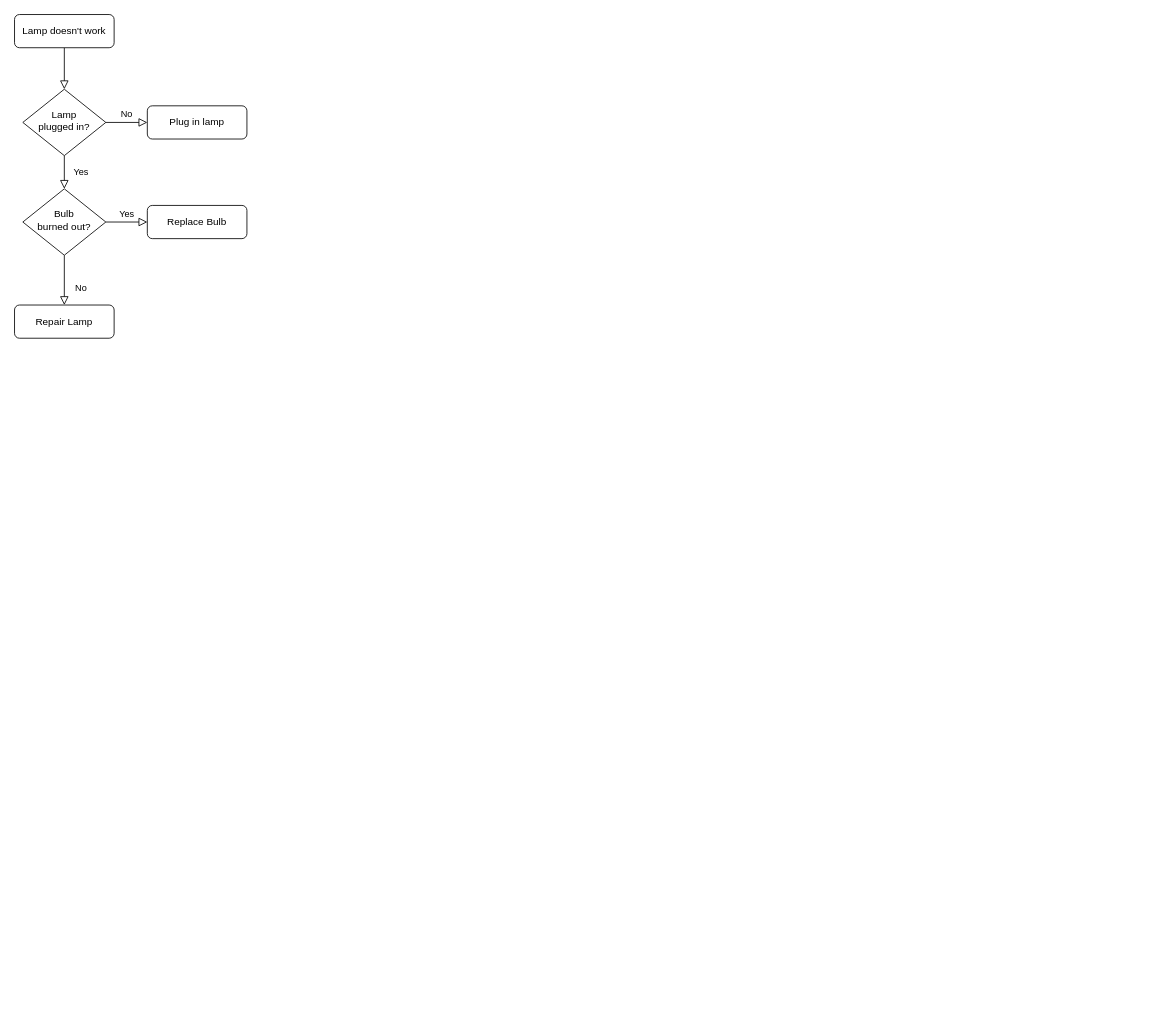
mutiii-star/Projek-OOP keeps this draw.io diagram as Untitled Diagram.drawio. Above is the earlier version. Source tidied: cells renumbered, new cells numbered last; positions are measured from the earlier drawing's top-left corner, leaving out a move shared by most shapes. Both pictures are drawn from the tidied source at 83%, with x=0, y=0 at pixel (14, 14).
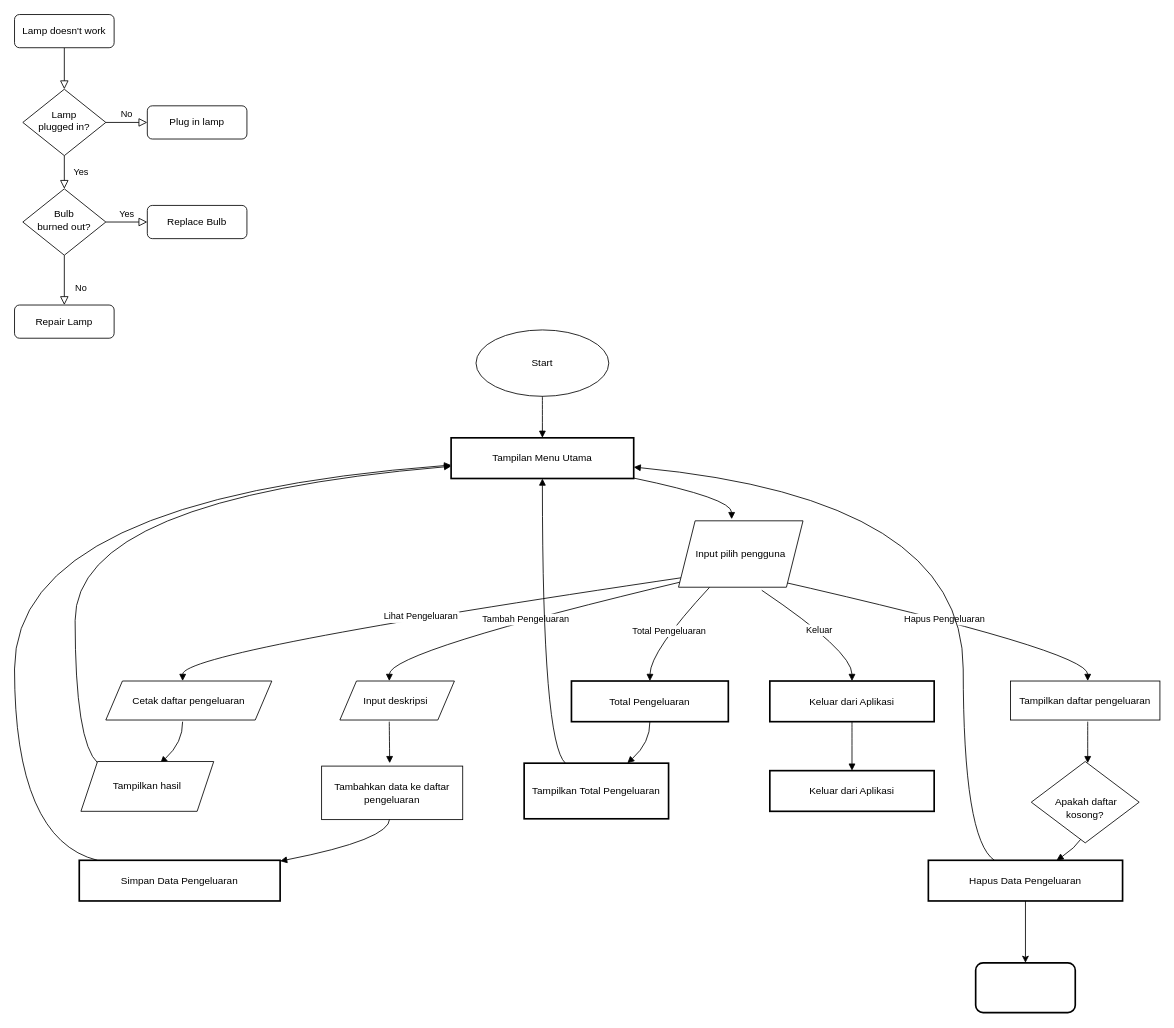
Above is the later version.

Change to the diagram source:
```diff
@@
+    <mxCell id="13" value="Tampilan Menu Utama" style="whiteSpace=wrap;strokeWidth=2;" parent="1" vertex="1">
+      <mxGeometry x="526" y="510" width="220" height="49" as="geometry" />
+    </mxCell>
+    <mxCell id="14" value="Total Pengeluaran" style="whiteSpace=wrap;strokeWidth=2;" parent="1" vertex="1">
+      <mxGeometry x="671" y="803" width="189" height="49" as="geometry" />
+    </mxCell>
+    <mxCell id="15" value="Keluar dari Aplikasi" style="whiteSpace=wrap;strokeWidth=2;" parent="1" vertex="1">
+      <mxGeometry x="910" y="803" width="198" height="49" as="geometry" />
+    </mxCell>
+    <mxCell id="16" value="Simpan Data Pengeluaran" style="whiteSpace=wrap;strokeWidth=2;" parent="1" vertex="1">
+      <mxGeometry x="78" y="1019" width="242" height="49" as="geometry" />
+    </mxCell>
+    <mxCell id="17" style="edgeStyle=orthogonalEdgeStyle;rounded=0;jettySize=auto;html=1;" parent="1" edge="1" source="18" target="47">
+      <mxGeometry relative="1" as="geometry" />
+    </mxCell>
+    <mxCell id="18" value="Hapus Data Pengeluaran" style="whiteSpace=wrap;strokeWidth=2;" parent="1" vertex="1">
+      <mxGeometry x="1101" y="1019" width="234" height="49" as="geometry" />
+    </mxCell>
+    <mxCell id="19" value="Tampilkan Total Pengeluaran" style="whiteSpace=wrap;strokeWidth=2;" parent="1" vertex="1">
+      <mxGeometry x="614" y="902" width="174" height="67" as="geometry" />
+    </mxCell>
+    <mxCell id="20" value="Keluar dari Aplikasi" style="whiteSpace=wrap;strokeWidth=2;" parent="1" vertex="1">
+      <mxGeometry x="910" y="911" width="198" height="49" as="geometry" />
+    </mxCell>
+    <mxCell id="21" style="curved=1;startArrow=none;endArrow=block;exitX=0.5;exitY=1;entryX=0.5;entryY=0;rounded=0;" parent="1" edge="1" target="13">
+      <mxGeometry relative="1" as="geometry">
+        <mxPoint x="636" y="459" as="sourcePoint" />
+      </mxGeometry>
+    </mxCell>
+    <mxCell id="22" style="curved=1;startArrow=none;endArrow=block;exitX=1;exitY=0.99;entryX=0.5;entryY=0;rounded=0;" parent="1" edge="1" source="13">
+      <mxGeometry relative="1" as="geometry">
+        <mxPoint x="864" y="608" as="targetPoint" />
+        <Array as="points">
+          <mxPoint x="864" y="583" />
+        </Array>
+      </mxGeometry>
+    </mxCell>
+    <mxCell id="23" value="Tambah Pengeluaran" style="curved=1;startArrow=none;endArrow=block;exitX=0;exitY=0.62;entryX=0.5;entryY=0.01;rounded=0;" parent="1" edge="1">
+      <mxGeometry relative="1" as="geometry">
+        <mxPoint x="814.8" y="680.8" as="sourcePoint" />
+        <mxPoint x="451.5" y="803" as="targetPoint" />
+        <Array as="points">
+          <mxPoint x="452" y="767" />
+        </Array>
+      </mxGeometry>
+    </mxCell>
+    <mxCell id="24" value="Lihat Pengeluaran" style="curved=1;startArrow=none;endArrow=block;exitX=0;exitY=0.58;entryX=0.5;entryY=0.01;rounded=0;" parent="1" edge="1">
+      <mxGeometry relative="1" as="geometry">
+        <mxPoint x="811.4" y="677.4" as="sourcePoint" />
+        <mxPoint x="202.5" y="803" as="targetPoint" />
+        <Array as="points">
+          <mxPoint x="203" y="767" />
+        </Array>
+      </mxGeometry>
+    </mxCell>
+    <mxCell id="25" value="Hapus Pengeluaran" style="curved=1;startArrow=none;endArrow=block;exitX=1;exitY=0.62;entryX=0.5;entryY=0.01;rounded=0;" parent="1" edge="1">
+      <mxGeometry relative="1" as="geometry">
+        <mxPoint x="913.2" y="680.8" as="sourcePoint" />
+        <mxPoint x="1293" y="803" as="targetPoint" />
+        <Array as="points">
+          <mxPoint x="1293" y="767" />
+        </Array>
+      </mxGeometry>
+    </mxCell>
+    <mxCell id="26" value="Total Pengeluaran" style="curved=1;startArrow=none;endArrow=block;exitX=0.25;exitY=1;entryX=0.5;entryY=0.01;rounded=0;exitDx=0;exitDy=0;" parent="1" edge="1" source="40" target="14">
+      <mxGeometry relative="1" as="geometry">
+        <Array as="points">
+          <mxPoint x="766" y="767" />
+        </Array>
+      </mxGeometry>
+    </mxCell>
+    <mxCell id="27" value="Keluar" style="curved=1;startArrow=none;endArrow=block;exitX=1;exitY=0.84;entryX=0.5;entryY=0.01;rounded=0;" parent="1" edge="1" target="15">
+      <mxGeometry relative="1" as="geometry">
+        <mxPoint x="900.3" y="693.7" as="sourcePoint" />
+        <Array as="points">
+          <mxPoint x="1009" y="767" />
+        </Array>
+      </mxGeometry>
+    </mxCell>
+    <mxCell id="28" style="curved=1;startArrow=none;endArrow=block;exitX=0.5;exitY=1.01;entryX=0.5;entryY=0.01;rounded=0;" parent="1" edge="1">
+      <mxGeometry relative="1" as="geometry">
+        <mxPoint x="451.5" y="852" as="sourcePoint" />
+        <mxPoint x="452" y="902" as="targetPoint" />
+      </mxGeometry>
+    </mxCell>
+    <mxCell id="29" style="curved=1;startArrow=none;endArrow=block;exitX=0.5;exitY=1;entryX=1;entryY=0.02;rounded=0;" parent="1" edge="1" target="16">
+      <mxGeometry relative="1" as="geometry">
+        <mxPoint x="452" y="969" as="sourcePoint" />
+        <Array as="points">
+          <mxPoint x="452" y="994" />
+        </Array>
+      </mxGeometry>
+    </mxCell>
+    <mxCell id="30" style="curved=1;startArrow=none;endArrow=block;exitX=0.09;exitY=0;entryX=0;entryY=0.67;rounded=0;" parent="1" edge="1" source="16" target="13">
+      <mxGeometry relative="1" as="geometry">
+        <Array as="points">
+          <mxPoint y="994" />
+          <mxPoint y="583" />
+        </Array>
+      </mxGeometry>
+    </mxCell>
+    <mxCell id="31" style="curved=1;startArrow=none;endArrow=block;exitX=0.5;exitY=1.01;entryX=0.7;entryY=0.01;rounded=0;" parent="1" edge="1">
+      <mxGeometry relative="1" as="geometry">
+        <mxPoint x="202.5" y="852" as="sourcePoint" />
+        <mxPoint x="175.6" y="902" as="targetPoint" />
+        <Array as="points">
+          <mxPoint x="203" y="877" />
+        </Array>
+      </mxGeometry>
+    </mxCell>
+    <mxCell id="32" style="curved=1;startArrow=none;endArrow=block;exitX=0.3;exitY=0.01;entryX=0;entryY=0.7;rounded=0;" parent="1" edge="1" target="13">
+      <mxGeometry relative="1" as="geometry">
+        <mxPoint x="100.4" y="902" as="sourcePoint" />
+        <Array as="points">
+          <mxPoint x="73" y="877" />
+          <mxPoint x="73" y="583" />
+        </Array>
+      </mxGeometry>
+    </mxCell>
+    <mxCell id="33" style="curved=1;startArrow=none;endArrow=block;exitX=0.5;exitY=1.01;entryX=0.5;entryY=0.01;rounded=0;" parent="1" edge="1">
+      <mxGeometry relative="1" as="geometry">
+        <mxPoint x="1293" y="852" as="sourcePoint" />
+        <mxPoint x="1293" y="902" as="targetPoint" />
+      </mxGeometry>
+    </mxCell>
+    <mxCell id="34" style="curved=1;startArrow=none;endArrow=block;exitX=0.5;exitY=1;entryX=0.66;entryY=0;rounded=0;" parent="1" edge="1" target="18">
+      <mxGeometry relative="1" as="geometry">
+        <mxPoint x="1293" y="969" as="sourcePoint" />
+        <Array as="points">
+          <mxPoint x="1293" y="994" />
+        </Array>
+      </mxGeometry>
+    </mxCell>
+    <mxCell id="35" style="curved=1;startArrow=none;endArrow=block;exitX=0.34;exitY=0;entryX=1;entryY=0.72;rounded=0;" parent="1" edge="1" source="18" target="13">
+      <mxGeometry relative="1" as="geometry">
+        <Array as="points">
+          <mxPoint x="1143" y="994" />
+          <mxPoint x="1143" y="583" />
+        </Array>
+      </mxGeometry>
+    </mxCell>
+    <mxCell id="36" style="curved=1;startArrow=none;endArrow=block;exitX=0.5;exitY=1.01;entryX=0.71;entryY=0.01;rounded=0;" parent="1" edge="1" source="14" target="19">
+      <mxGeometry relative="1" as="geometry">
+        <Array as="points">
+          <mxPoint x="766" y="877" />
+        </Array>
+      </mxGeometry>
+    </mxCell>
+    <mxCell id="37" style="curved=1;startArrow=none;endArrow=block;exitX=0.29;exitY=0.01;entryX=0.5;entryY=1;rounded=0;" parent="1" edge="1" source="19" target="13">
+      <mxGeometry relative="1" as="geometry">
+        <Array as="points">
+          <mxPoint x="636" y="877" />
+        </Array>
+      </mxGeometry>
+    </mxCell>
+    <mxCell id="38" style="curved=1;startArrow=none;endArrow=block;exitX=0.5;exitY=1.01;entryX=0.5;entryY=0;rounded=0;" parent="1" edge="1" source="15" target="20">
+      <mxGeometry relative="1" as="geometry" />
+    </mxCell>
+    <mxCell id="39" value="Start" style="ellipse;whiteSpace=wrap;html=1;" parent="1" vertex="1">
+      <mxGeometry x="556" y="380" width="160" height="80" as="geometry" />
+    </mxCell>
+    <mxCell id="40" value="Input pilih pengguna" style="shape=parallelogram;perimeter=parallelogramPerimeter;whiteSpace=wrap;html=1;fixedSize=1;" parent="1" vertex="1">
+      <mxGeometry x="800" y="610" width="150" height="80" as="geometry" />
+    </mxCell>
+    <mxCell id="41" value="Tampilkan hasil" style="shape=parallelogram;perimeter=parallelogramPerimeter;whiteSpace=wrap;html=1;fixedSize=1;" parent="1" vertex="1">
+      <mxGeometry x="80" y="900" width="160" height="60" as="geometry" />
+    </mxCell>
+    <mxCell id="42" value="Input deskripsi&amp;nbsp;" style="shape=parallelogram;perimeter=parallelogramPerimeter;whiteSpace=wrap;html=1;fixedSize=1;" parent="1" vertex="1">
+      <mxGeometry x="392" y="803" width="138" height="47" as="geometry" />
+    </mxCell>
+    <mxCell id="43" style="edgeStyle=orthogonalEdgeStyle;rounded=0;orthogonalLoop=1;jettySize=auto;html=1;exitX=0.5;exitY=1;exitDx=0;exitDy=0;" parent="1" edge="1" source="42" target="42">
+      <mxGeometry relative="1" as="geometry" />
+    </mxCell>
+    <mxCell id="44" value="Cetak daftar pengeluaran" style="shape=parallelogram;perimeter=parallelogramPerimeter;whiteSpace=wrap;html=1;fixedSize=1;" parent="1" vertex="1">
+      <mxGeometry x="110" y="803" width="200" height="47" as="geometry" />
+    </mxCell>
+    <mxCell id="45" value="Tambahkan data ke daftar pengeluaran" style="rounded=0;whiteSpace=wrap;html=1;" parent="1" vertex="1">
+      <mxGeometry x="370" y="905.5" width="170" height="64.5" as="geometry" />
+    </mxCell>
+    <mxCell id="46" value="Tampilkan daftar pengeluaran" style="rounded=0;whiteSpace=wrap;html=1;" parent="1" vertex="1">
+      <mxGeometry x="1200" y="803" width="180" height="47" as="geometry" />
+    </mxCell>
+    <mxCell id="47" style="rounded=1;whiteSpace=wrap;html=1;strokeWidth=2;" parent="1" vertex="1">
+      <mxGeometry x="1158" y="1142.5" width="120" height="60" as="geometry" />
+    </mxCell>
+    <mxCell id="48" value="&lt;br&gt;&lt;div&gt;&amp;nbsp; Apakah daftar&amp;nbsp;&lt;/div&gt;&lt;div&gt;kosong?&lt;/div&gt;" style="rhombus;whiteSpace=wrap;html=1;" parent="1" vertex="1">
+      <mxGeometry x="1225" y="900" width="130" height="98" as="geometry" />
+    </mxCell>
```
